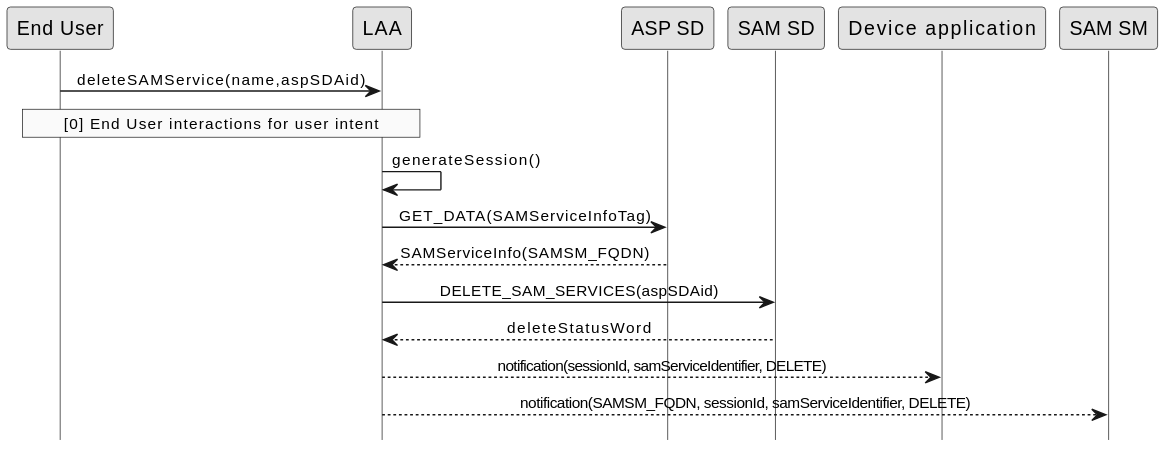
GlobalPlatform/LAA-SAM_SM-Interface keeps this PlantUML diagram as doc/uml/delete-laa.svg. Above is the earlier version. Its diagram source:
```plantuml
@startuml
hide footbox
skinparam sequenceMessageAlign center
skinparam sequenceArrowFontSize 11
skinparam noteFontSize 11
skinparam monochrome true
skinparam lifelinestrategy solid

"End User" -> "LAA" : deleteSAMService(name,aspSDAid)


rnote over "LAA", "End User"
     [0] End User interactions for user intent
end rnote

LAA -> LAA : generateSession()

LAA -> "ASP SD" : GET_DATA(SAMServiceInfoTag)
"ASP SD" --> LAA : SAMServiceInfo(SAMSM_FQDN)

"LAA" -> "SAM SD" : DELETE_SAM_SERVICES(aspSDAid)
"SAM SD" --> LAA : deleteStatusWord


LAA --> "Device application" : notification(sessionId, aspSDAid, DELETE)

LAA --> "SAM SM" : notification(SAMSM_FQDN, sessionId, aspSDAid, DELETE)
@enduml
```
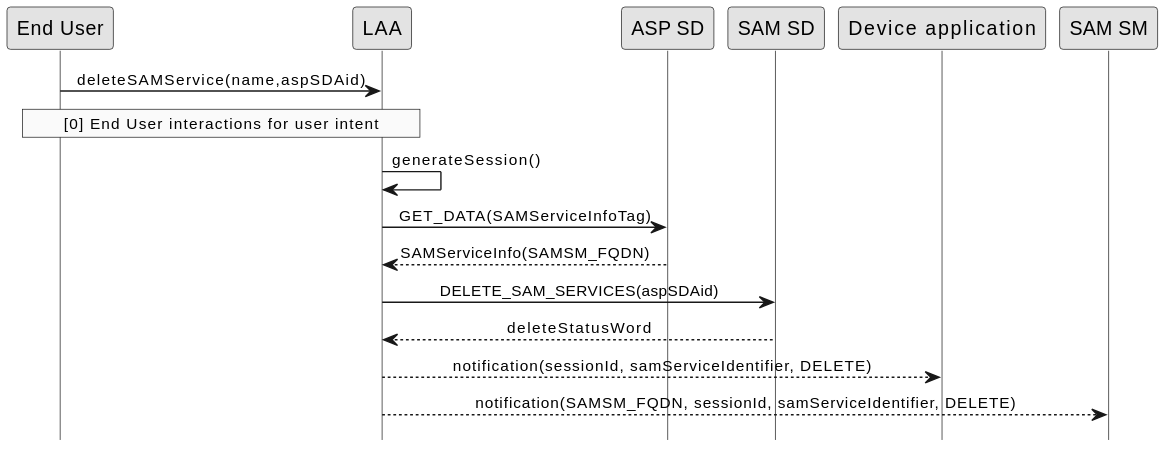
The same file after the commit.

Change to the diagram source:
```diff
@@ -22,7 +22,7 @@
 "SAM SD" --> LAA : deleteStatusWord
 
 
-LAA --> "Device application" : notification(sessionId, aspSDAid, DELETE)
+LAA --> "Device application" : notification(sessionId, samServiceIdentifier, DELETE)
 
-LAA --> "SAM SM" : notification(SAMSM_FQDN, sessionId, aspSDAid, DELETE)
+LAA --> "SAM SM" : notification(SAMSM_FQDN, sessionId, samServiceIdentifier, DELETE)
 @enduml
```
